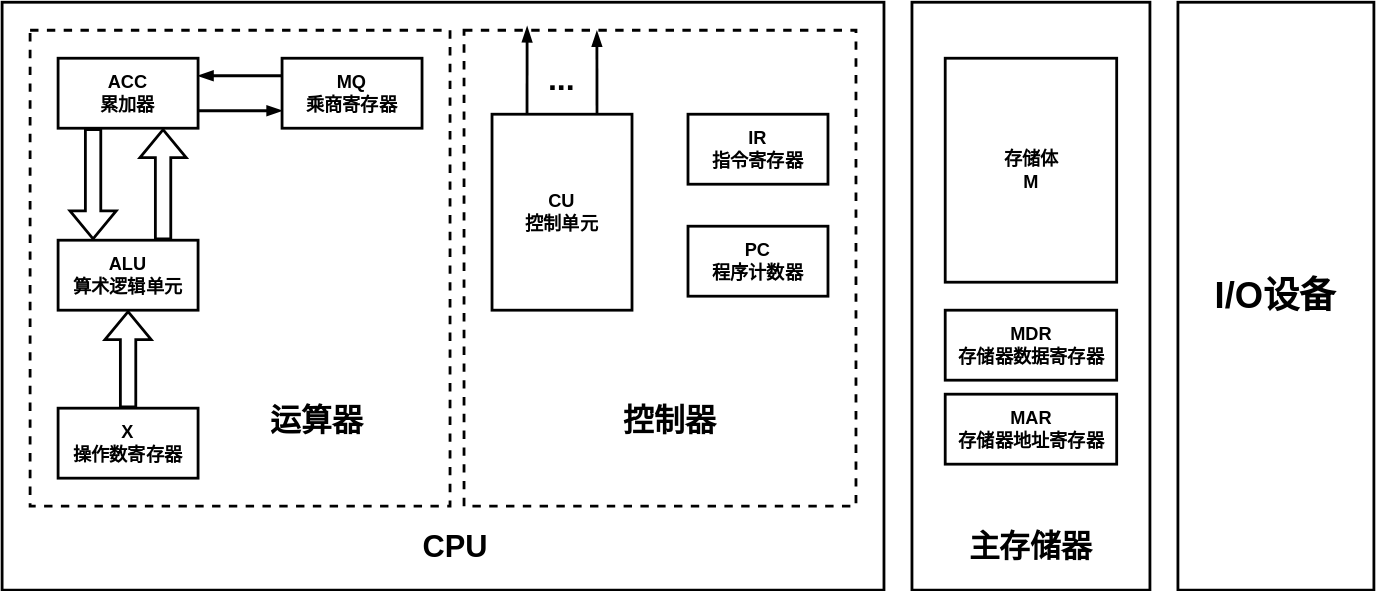
Above: pictures/计算机组成原理-计算机组成.drawio.svg in creatern/NoteBook (draw.io), before the change. Source tidied: cells renumbered, new cells last; positions are measured from the earlier drawing's top-left corner, leaving out a move shared by most shapes. The source it was exported from:
```xml
<mxGraphModel>
  <root>
    <mxCell id="0" />
    <mxCell id="1" parent="0" />
    <mxCell id="2" style="rounded=0;whiteSpace=wrap;html=1;fontFamily=Helvetica;fontSize=11;strokeWidth=2;" parent="1" vertex="1">
      <mxGeometry width="630" height="420" as="geometry" />
    </mxCell>
    <mxCell id="3" style="rounded=0;whiteSpace=wrap;html=1;fontFamily=Helvetica;fontSize=11;strokeWidth=2;dashed=1;" parent="1" vertex="1">
      <mxGeometry x="330" y="20" width="280" height="340" as="geometry" />
    </mxCell>
    <mxCell id="4" style="rounded=0;whiteSpace=wrap;html=1;fontFamily=Helvetica;fontSize=11;strokeWidth=2;dashed=1;" parent="1" vertex="1">
      <mxGeometry x="20" y="20" width="300" height="340" as="geometry" />
    </mxCell>
    <mxCell id="5" style="edgeStyle=none;shape=connector;rounded=0;jettySize=auto;html=1;exitX=1;exitY=0.75;exitDx=0;exitDy=0;entryX=0;entryY=0.75;entryDx=0;entryDy=0;labelBackgroundColor=default;strokeWidth=2;fontFamily=Helvetica;fontSize=11;fontColor=default;endArrow=blockThin;endFill=1;" parent="1" edge="1" source="6" target="8">
      <mxGeometry relative="1" as="geometry" />
    </mxCell>
    <mxCell id="6" value="&lt;b style=&quot;font-size: 13px;&quot;&gt;ACC&lt;br&gt;累加器&lt;br&gt;&lt;/b&gt;" style="rounded=0;whiteSpace=wrap;html=1;strokeWidth=2;fontSize=13;" parent="1" vertex="1">
      <mxGeometry x="40" y="40" width="100" height="50" as="geometry" />
    </mxCell>
    <mxCell id="7" style="edgeStyle=none;rounded=0;jettySize=auto;html=1;exitX=0;exitY=0.25;exitDx=0;exitDy=0;entryX=1;entryY=0.25;entryDx=0;entryDy=0;labelBackgroundColor=default;strokeWidth=2;fontFamily=Helvetica;fontSize=11;fontColor=default;endArrow=blockThin;endFill=1;" parent="1" edge="1" source="8" target="6">
      <mxGeometry relative="1" as="geometry" />
    </mxCell>
    <mxCell id="8" value="&lt;b style=&quot;font-size: 13px;&quot;&gt;MQ&lt;br&gt;乘商寄存器&lt;br&gt;&lt;/b&gt;" style="rounded=0;whiteSpace=wrap;html=1;strokeWidth=2;fontSize=13;" parent="1" vertex="1">
      <mxGeometry x="200" y="40" width="100" height="50" as="geometry" />
    </mxCell>
    <mxCell id="9" value="&lt;b&gt;ALU&lt;br&gt;算术逻辑单元&lt;br&gt;&lt;/b&gt;" style="rounded=0;whiteSpace=wrap;html=1;strokeWidth=2;fontSize=13;" parent="1" vertex="1">
      <mxGeometry x="40" y="170" width="100" height="50" as="geometry" />
    </mxCell>
    <mxCell id="10" style="shape=flexArrow;endArrow=classic;html=1;rounded=0;entryX=0.75;entryY=1;entryDx=0;entryDy=0;exitX=0.75;exitY=0;exitDx=0;exitDy=0;strokeWidth=2;" parent="1" edge="1" source="9" target="6">
      <mxGeometry relative="1" as="geometry" />
    </mxCell>
    <mxCell id="11" style="shape=flexArrow;endArrow=classic;html=1;rounded=0;entryX=0.25;entryY=0;entryDx=0;entryDy=0;exitX=0.25;exitY=1;exitDx=0;exitDy=0;strokeWidth=2;" parent="1" edge="1" source="6" target="9">
      <mxGeometry relative="1" as="geometry" />
    </mxCell>
    <mxCell id="12" value="&lt;b style=&quot;font-size: 13px;&quot;&gt;X&lt;br&gt;操作数寄存器&lt;br&gt;&lt;/b&gt;" style="rounded=0;whiteSpace=wrap;html=1;strokeWidth=2;fontSize=13;" parent="1" vertex="1">
      <mxGeometry x="40" y="290" width="100" height="50" as="geometry" />
    </mxCell>
    <mxCell id="13" style="shape=flexArrow;endArrow=classic;html=1;rounded=0;entryX=0.5;entryY=1;entryDx=0;entryDy=0;exitX=0.5;exitY=0;exitDx=0;exitDy=0;strokeWidth=2;" parent="1" edge="1" source="12" target="9">
      <mxGeometry relative="1" as="geometry" />
    </mxCell>
    <mxCell id="14" style="edgeStyle=none;shape=connector;rounded=0;jettySize=auto;html=1;exitX=0.25;exitY=0;exitDx=0;exitDy=0;entryX=0.161;entryY=-0.007;entryDx=0;entryDy=0;entryPerimeter=0;labelBackgroundColor=default;strokeWidth=2;fontFamily=Helvetica;fontSize=11;fontColor=default;endArrow=blockThin;endFill=1;" parent="1" edge="1" source="16" target="3">
      <mxGeometry relative="1" as="geometry" />
    </mxCell>
    <mxCell id="15" style="edgeStyle=none;shape=connector;rounded=0;jettySize=auto;html=1;exitX=0.75;exitY=0;exitDx=0;exitDy=0;entryX=0.339;entryY=0.002;entryDx=0;entryDy=0;entryPerimeter=0;labelBackgroundColor=default;strokeWidth=2;fontFamily=Helvetica;fontSize=11;fontColor=default;endArrow=blockThin;endFill=1;" parent="1" edge="1" source="16" target="3">
      <mxGeometry relative="1" as="geometry" />
    </mxCell>
    <mxCell id="16" value="&lt;b&gt;CU&lt;br&gt;控制单元&lt;br&gt;&lt;/b&gt;" style="rounded=0;whiteSpace=wrap;html=1;strokeWidth=2;fontSize=13;" parent="1" vertex="1">
      <mxGeometry x="350" y="80" width="100" height="140" as="geometry" />
    </mxCell>
    <mxCell id="17" value="&lt;b style=&quot;font-size: 13px;&quot;&gt;IR&lt;br&gt;指令寄存器&lt;br&gt;&lt;/b&gt;" style="rounded=0;whiteSpace=wrap;html=1;strokeWidth=2;fontSize=13;" parent="1" vertex="1">
      <mxGeometry x="490" y="80" width="100" height="50" as="geometry" />
    </mxCell>
    <mxCell id="18" value="&lt;b style=&quot;font-size: 13px;&quot;&gt;PC&lt;br&gt;程序计数器&lt;br&gt;&lt;/b&gt;" style="rounded=0;whiteSpace=wrap;html=1;strokeWidth=2;fontSize=13;" parent="1" vertex="1">
      <mxGeometry x="490" y="160" width="100" height="50" as="geometry" />
    </mxCell>
    <mxCell id="19" value="&lt;b&gt;&lt;font style=&quot;font-size: 22px;&quot;&gt;运算器&lt;/font&gt;&lt;/b&gt;" style="text;html=1;align=center;verticalAlign=middle;whiteSpace=wrap;rounded=0;fontSize=11;fontFamily=Helvetica;" parent="1" vertex="1">
      <mxGeometry x="180" y="280" width="90" height="40" as="geometry" />
    </mxCell>
    <mxCell id="20" value="&lt;span style=&quot;font-size: 22px;&quot;&gt;&lt;b&gt;控制器&lt;/b&gt;&lt;/span&gt;" style="text;html=1;align=center;verticalAlign=middle;whiteSpace=wrap;rounded=0;fontSize=11;fontFamily=Helvetica;" parent="1" vertex="1">
      <mxGeometry x="432" y="280" width="90" height="40" as="geometry" />
    </mxCell>
    <mxCell id="21" value="&lt;b style=&quot;font-size: 23px;&quot;&gt;...&lt;/b&gt;" style="text;html=1;align=center;verticalAlign=middle;whiteSpace=wrap;rounded=0;fontSize=11;fontFamily=Helvetica;" parent="1" vertex="1">
      <mxGeometry x="370" y="40" width="60" height="30" as="geometry" />
    </mxCell>
    <mxCell id="22" value="&lt;b&gt;&lt;font style=&quot;font-size: 22px;&quot;&gt;CPU&lt;/font&gt;&lt;/b&gt;" style="text;html=1;align=center;verticalAlign=middle;whiteSpace=wrap;rounded=0;fontSize=11;fontFamily=Helvetica;" parent="1" vertex="1">
      <mxGeometry x="279" y="370" width="90" height="40" as="geometry" />
    </mxCell>
    <mxCell id="23" style="rounded=0;whiteSpace=wrap;html=1;fontFamily=Helvetica;fontSize=11;strokeWidth=2;" parent="1" vertex="1">
      <mxGeometry x="650" width="170" height="420" as="geometry" />
    </mxCell>
    <mxCell id="24" value="&lt;b&gt;存储体&lt;br&gt;M&lt;br&gt;&lt;/b&gt;" style="rounded=0;whiteSpace=wrap;html=1;strokeWidth=2;fontSize=13;" parent="1" vertex="1">
      <mxGeometry x="673.8" y="40" width="122.5" height="160" as="geometry" />
    </mxCell>
    <mxCell id="25" value="&lt;b&gt;MDR&lt;br&gt;存储器数据寄存器&lt;br&gt;&lt;/b&gt;" style="rounded=0;whiteSpace=wrap;html=1;strokeWidth=2;fontSize=13;" parent="1" vertex="1">
      <mxGeometry x="673.8" y="220" width="122.5" height="50" as="geometry" />
    </mxCell>
    <mxCell id="26" value="&lt;b&gt;MAR&lt;br&gt;存储器地址寄存器&lt;br&gt;&lt;/b&gt;" style="rounded=0;whiteSpace=wrap;html=1;strokeWidth=2;fontSize=13;" parent="1" vertex="1">
      <mxGeometry x="673.8" y="280" width="122.5" height="50" as="geometry" />
    </mxCell>
    <mxCell id="27" value="&lt;b&gt;&lt;font style=&quot;font-size: 22px;&quot;&gt;主存储器&lt;/font&gt;&lt;/b&gt;" style="text;html=1;align=center;verticalAlign=middle;whiteSpace=wrap;rounded=0;fontSize=11;fontFamily=Helvetica;" parent="1" vertex="1">
      <mxGeometry x="690" y="370" width="90" height="40" as="geometry" />
    </mxCell>
    <mxCell id="28" value="&lt;b&gt;&lt;font style=&quot;font-size: 26px;&quot;&gt;I/O设备&lt;/font&gt;&lt;/b&gt;" style="rounded=0;whiteSpace=wrap;html=1;fontFamily=Helvetica;fontSize=11;strokeWidth=2;" parent="1" vertex="1">
      <mxGeometry x="840" width="140" height="420" as="geometry" />
    </mxCell>
  </root>
</mxGraphModel>
```
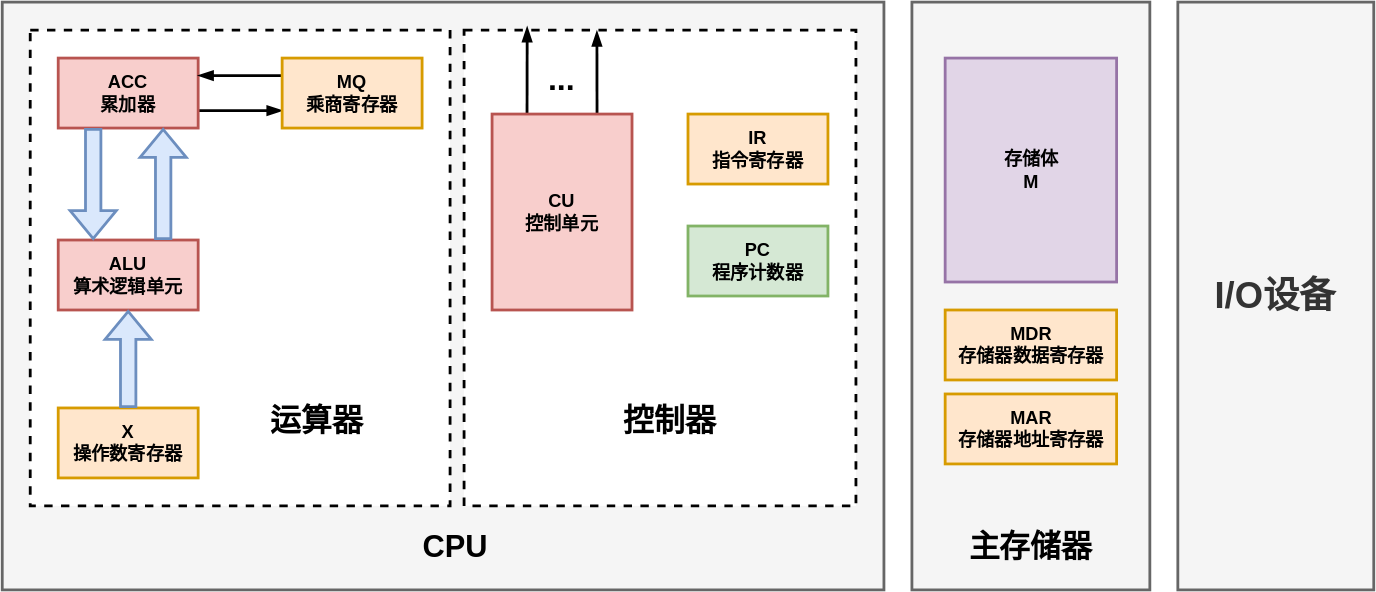
Above is the later version.

The edit, as a diff of the source:
```diff
@@ -2,7 +2,7 @@
   <root>
     <mxCell id="0" />
     <mxCell id="1" parent="0" />
-    <mxCell id="2" style="rounded=0;whiteSpace=wrap;html=1;fontFamily=Helvetica;fontSize=11;strokeWidth=2;" parent="1" vertex="1">
+    <mxCell id="2" style="rounded=0;whiteSpace=wrap;html=1;fontFamily=Helvetica;fontSize=11;strokeWidth=2;fillColor=#f5f5f5;fontColor=#333333;strokeColor=#666666;" parent="1" vertex="1">
       <mxGeometry width="630" height="420" as="geometry" />
     </mxCell>
     <mxCell id="3" style="rounded=0;whiteSpace=wrap;html=1;fontFamily=Helvetica;fontSize=11;strokeWidth=2;dashed=1;" parent="1" vertex="1">
@@ -14,28 +14,28 @@
     <mxCell id="5" style="edgeStyle=none;shape=connector;rounded=0;jettySize=auto;html=1;exitX=1;exitY=0.75;exitDx=0;exitDy=0;entryX=0;entryY=0.75;entryDx=0;entryDy=0;labelBackgroundColor=default;strokeWidth=2;fontFamily=Helvetica;fontSize=11;fontColor=default;endArrow=blockThin;endFill=1;" parent="1" edge="1" source="6" target="8">
       <mxGeometry relative="1" as="geometry" />
     </mxCell>
-    <mxCell id="6" value="&lt;b style=&quot;font-size: 13px;&quot;&gt;ACC&lt;br&gt;累加器&lt;br&gt;&lt;/b&gt;" style="rounded=0;whiteSpace=wrap;html=1;strokeWidth=2;fontSize=13;" parent="1" vertex="1">
+    <mxCell id="6" value="&lt;b style=&quot;font-size: 13px;&quot;&gt;ACC&lt;br&gt;累加器&lt;br&gt;&lt;/b&gt;" style="rounded=0;whiteSpace=wrap;html=1;strokeWidth=2;fontSize=13;fillColor=#f8cecc;strokeColor=#b85450;" parent="1" vertex="1">
       <mxGeometry x="40" y="40" width="100" height="50" as="geometry" />
     </mxCell>
     <mxCell id="7" style="edgeStyle=none;rounded=0;jettySize=auto;html=1;exitX=0;exitY=0.25;exitDx=0;exitDy=0;entryX=1;entryY=0.25;entryDx=0;entryDy=0;labelBackgroundColor=default;strokeWidth=2;fontFamily=Helvetica;fontSize=11;fontColor=default;endArrow=blockThin;endFill=1;" parent="1" edge="1" source="8" target="6">
       <mxGeometry relative="1" as="geometry" />
     </mxCell>
-    <mxCell id="8" value="&lt;b style=&quot;font-size: 13px;&quot;&gt;MQ&lt;br&gt;乘商寄存器&lt;br&gt;&lt;/b&gt;" style="rounded=0;whiteSpace=wrap;html=1;strokeWidth=2;fontSize=13;" parent="1" vertex="1">
+    <mxCell id="8" value="&lt;b style=&quot;font-size: 13px;&quot;&gt;MQ&lt;br&gt;乘商寄存器&lt;br&gt;&lt;/b&gt;" style="rounded=0;whiteSpace=wrap;html=1;strokeWidth=2;fontSize=13;fillColor=#ffe6cc;strokeColor=#d79b00;" parent="1" vertex="1">
       <mxGeometry x="200" y="40" width="100" height="50" as="geometry" />
     </mxCell>
-    <mxCell id="9" value="&lt;b&gt;ALU&lt;br&gt;算术逻辑单元&lt;br&gt;&lt;/b&gt;" style="rounded=0;whiteSpace=wrap;html=1;strokeWidth=2;fontSize=13;" parent="1" vertex="1">
+    <mxCell id="9" value="&lt;b&gt;ALU&lt;br&gt;算术逻辑单元&lt;br&gt;&lt;/b&gt;" style="rounded=0;whiteSpace=wrap;html=1;strokeWidth=2;fontSize=13;fillColor=#f8cecc;strokeColor=#b85450;" parent="1" vertex="1">
       <mxGeometry x="40" y="170" width="100" height="50" as="geometry" />
     </mxCell>
-    <mxCell id="10" style="shape=flexArrow;endArrow=classic;html=1;rounded=0;entryX=0.75;entryY=1;entryDx=0;entryDy=0;exitX=0.75;exitY=0;exitDx=0;exitDy=0;strokeWidth=2;" parent="1" edge="1" source="9" target="6">
+    <mxCell id="10" style="shape=flexArrow;endArrow=classic;html=1;rounded=0;entryX=0.75;entryY=1;entryDx=0;entryDy=0;exitX=0.75;exitY=0;exitDx=0;exitDy=0;strokeWidth=2;fillColor=#dae8fc;strokeColor=#6c8ebf;" parent="1" edge="1" source="9" target="6">
       <mxGeometry relative="1" as="geometry" />
     </mxCell>
-    <mxCell id="11" style="shape=flexArrow;endArrow=classic;html=1;rounded=0;entryX=0.25;entryY=0;entryDx=0;entryDy=0;exitX=0.25;exitY=1;exitDx=0;exitDy=0;strokeWidth=2;" parent="1" edge="1" source="6" target="9">
+    <mxCell id="11" style="shape=flexArrow;endArrow=classic;html=1;rounded=0;entryX=0.25;entryY=0;entryDx=0;entryDy=0;exitX=0.25;exitY=1;exitDx=0;exitDy=0;strokeWidth=2;fillColor=#dae8fc;strokeColor=#6c8ebf;" parent="1" edge="1" source="6" target="9">
       <mxGeometry relative="1" as="geometry" />
     </mxCell>
-    <mxCell id="12" value="&lt;b style=&quot;font-size: 13px;&quot;&gt;X&lt;br&gt;操作数寄存器&lt;br&gt;&lt;/b&gt;" style="rounded=0;whiteSpace=wrap;html=1;strokeWidth=2;fontSize=13;" parent="1" vertex="1">
+    <mxCell id="12" value="&lt;b style=&quot;font-size: 13px;&quot;&gt;X&lt;br&gt;操作数寄存器&lt;br&gt;&lt;/b&gt;" style="rounded=0;whiteSpace=wrap;html=1;strokeWidth=2;fontSize=13;fillColor=#ffe6cc;strokeColor=#d79b00;" parent="1" vertex="1">
       <mxGeometry x="40" y="290" width="100" height="50" as="geometry" />
     </mxCell>
-    <mxCell id="13" style="shape=flexArrow;endArrow=classic;html=1;rounded=0;entryX=0.5;entryY=1;entryDx=0;entryDy=0;exitX=0.5;exitY=0;exitDx=0;exitDy=0;strokeWidth=2;" parent="1" edge="1" source="12" target="9">
+    <mxCell id="13" style="shape=flexArrow;endArrow=classic;html=1;rounded=0;entryX=0.5;entryY=1;entryDx=0;entryDy=0;exitX=0.5;exitY=0;exitDx=0;exitDy=0;strokeWidth=2;fillColor=#dae8fc;strokeColor=#6c8ebf;" parent="1" edge="1" source="12" target="9">
       <mxGeometry relative="1" as="geometry" />
     </mxCell>
     <mxCell id="14" style="edgeStyle=none;shape=connector;rounded=0;jettySize=auto;html=1;exitX=0.25;exitY=0;exitDx=0;exitDy=0;entryX=0.161;entryY=-0.007;entryDx=0;entryDy=0;entryPerimeter=0;labelBackgroundColor=default;strokeWidth=2;fontFamily=Helvetica;fontSize=11;fontColor=default;endArrow=blockThin;endFill=1;" parent="1" edge="1" source="16" target="3">
@@ -44,13 +44,13 @@
     <mxCell id="15" style="edgeStyle=none;shape=connector;rounded=0;jettySize=auto;html=1;exitX=0.75;exitY=0;exitDx=0;exitDy=0;entryX=0.339;entryY=0.002;entryDx=0;entryDy=0;entryPerimeter=0;labelBackgroundColor=default;strokeWidth=2;fontFamily=Helvetica;fontSize=11;fontColor=default;endArrow=blockThin;endFill=1;" parent="1" edge="1" source="16" target="3">
       <mxGeometry relative="1" as="geometry" />
     </mxCell>
-    <mxCell id="16" value="&lt;b&gt;CU&lt;br&gt;控制单元&lt;br&gt;&lt;/b&gt;" style="rounded=0;whiteSpace=wrap;html=1;strokeWidth=2;fontSize=13;" parent="1" vertex="1">
+    <mxCell id="16" value="&lt;b&gt;CU&lt;br&gt;控制单元&lt;br&gt;&lt;/b&gt;" style="rounded=0;whiteSpace=wrap;html=1;strokeWidth=2;fontSize=13;fillColor=#f8cecc;strokeColor=#b85450;" parent="1" vertex="1">
       <mxGeometry x="350" y="80" width="100" height="140" as="geometry" />
     </mxCell>
-    <mxCell id="17" value="&lt;b style=&quot;font-size: 13px;&quot;&gt;IR&lt;br&gt;指令寄存器&lt;br&gt;&lt;/b&gt;" style="rounded=0;whiteSpace=wrap;html=1;strokeWidth=2;fontSize=13;" parent="1" vertex="1">
+    <mxCell id="17" value="&lt;b style=&quot;font-size: 13px;&quot;&gt;IR&lt;br&gt;指令寄存器&lt;br&gt;&lt;/b&gt;" style="rounded=0;whiteSpace=wrap;html=1;strokeWidth=2;fontSize=13;fillColor=#ffe6cc;strokeColor=#d79b00;" parent="1" vertex="1">
       <mxGeometry x="490" y="80" width="100" height="50" as="geometry" />
     </mxCell>
-    <mxCell id="18" value="&lt;b style=&quot;font-size: 13px;&quot;&gt;PC&lt;br&gt;程序计数器&lt;br&gt;&lt;/b&gt;" style="rounded=0;whiteSpace=wrap;html=1;strokeWidth=2;fontSize=13;" parent="1" vertex="1">
+    <mxCell id="18" value="&lt;b style=&quot;font-size: 13px;&quot;&gt;PC&lt;br&gt;程序计数器&lt;br&gt;&lt;/b&gt;" style="rounded=0;whiteSpace=wrap;html=1;strokeWidth=2;fontSize=13;fillColor=#d5e8d4;strokeColor=#82b366;" parent="1" vertex="1">
       <mxGeometry x="490" y="160" width="100" height="50" as="geometry" />
     </mxCell>
     <mxCell id="19" value="&lt;b&gt;&lt;font style=&quot;font-size: 22px;&quot;&gt;运算器&lt;/font&gt;&lt;/b&gt;" style="text;html=1;align=center;verticalAlign=middle;whiteSpace=wrap;rounded=0;fontSize=11;fontFamily=Helvetica;" parent="1" vertex="1">
@@ -65,22 +65,22 @@
     <mxCell id="22" value="&lt;b&gt;&lt;font style=&quot;font-size: 22px;&quot;&gt;CPU&lt;/font&gt;&lt;/b&gt;" style="text;html=1;align=center;verticalAlign=middle;whiteSpace=wrap;rounded=0;fontSize=11;fontFamily=Helvetica;" parent="1" vertex="1">
       <mxGeometry x="279" y="370" width="90" height="40" as="geometry" />
     </mxCell>
-    <mxCell id="23" style="rounded=0;whiteSpace=wrap;html=1;fontFamily=Helvetica;fontSize=11;strokeWidth=2;" parent="1" vertex="1">
+    <mxCell id="23" style="rounded=0;whiteSpace=wrap;html=1;fontFamily=Helvetica;fontSize=11;strokeWidth=2;fillColor=#f5f5f5;fontColor=#333333;strokeColor=#666666;" parent="1" vertex="1">
       <mxGeometry x="650" width="170" height="420" as="geometry" />
     </mxCell>
-    <mxCell id="24" value="&lt;b&gt;存储体&lt;br&gt;M&lt;br&gt;&lt;/b&gt;" style="rounded=0;whiteSpace=wrap;html=1;strokeWidth=2;fontSize=13;" parent="1" vertex="1">
+    <mxCell id="24" value="&lt;b&gt;存储体&lt;br&gt;M&lt;br&gt;&lt;/b&gt;" style="rounded=0;whiteSpace=wrap;html=1;strokeWidth=2;fontSize=13;fillColor=#e1d5e7;strokeColor=#9673a6;" parent="1" vertex="1">
       <mxGeometry x="673.8" y="40" width="122.5" height="160" as="geometry" />
     </mxCell>
-    <mxCell id="25" value="&lt;b&gt;MDR&lt;br&gt;存储器数据寄存器&lt;br&gt;&lt;/b&gt;" style="rounded=0;whiteSpace=wrap;html=1;strokeWidth=2;fontSize=13;" parent="1" vertex="1">
+    <mxCell id="25" value="&lt;b&gt;MDR&lt;br&gt;存储器数据寄存器&lt;br&gt;&lt;/b&gt;" style="rounded=0;whiteSpace=wrap;html=1;strokeWidth=2;fontSize=13;fillColor=#ffe6cc;strokeColor=#d79b00;" parent="1" vertex="1">
       <mxGeometry x="673.8" y="220" width="122.5" height="50" as="geometry" />
     </mxCell>
-    <mxCell id="26" value="&lt;b&gt;MAR&lt;br&gt;存储器地址寄存器&lt;br&gt;&lt;/b&gt;" style="rounded=0;whiteSpace=wrap;html=1;strokeWidth=2;fontSize=13;" parent="1" vertex="1">
+    <mxCell id="26" value="&lt;b&gt;MAR&lt;br&gt;存储器地址寄存器&lt;br&gt;&lt;/b&gt;" style="rounded=0;whiteSpace=wrap;html=1;strokeWidth=2;fontSize=13;fillColor=#ffe6cc;strokeColor=#d79b00;" parent="1" vertex="1">
       <mxGeometry x="673.8" y="280" width="122.5" height="50" as="geometry" />
     </mxCell>
     <mxCell id="27" value="&lt;b&gt;&lt;font style=&quot;font-size: 22px;&quot;&gt;主存储器&lt;/font&gt;&lt;/b&gt;" style="text;html=1;align=center;verticalAlign=middle;whiteSpace=wrap;rounded=0;fontSize=11;fontFamily=Helvetica;" parent="1" vertex="1">
       <mxGeometry x="690" y="370" width="90" height="40" as="geometry" />
     </mxCell>
-    <mxCell id="28" value="&lt;b&gt;&lt;font style=&quot;font-size: 26px;&quot;&gt;I/O设备&lt;/font&gt;&lt;/b&gt;" style="rounded=0;whiteSpace=wrap;html=1;fontFamily=Helvetica;fontSize=11;strokeWidth=2;" parent="1" vertex="1">
+    <mxCell id="28" value="&lt;b&gt;&lt;font style=&quot;font-size: 26px;&quot;&gt;I/O设备&lt;/font&gt;&lt;/b&gt;" style="rounded=0;whiteSpace=wrap;html=1;fontFamily=Helvetica;fontSize=11;strokeWidth=2;fillColor=#f5f5f5;fontColor=#333333;strokeColor=#666666;" parent="1" vertex="1">
       <mxGeometry x="840" width="140" height="420" as="geometry" />
     </mxCell>
   </root>
```
